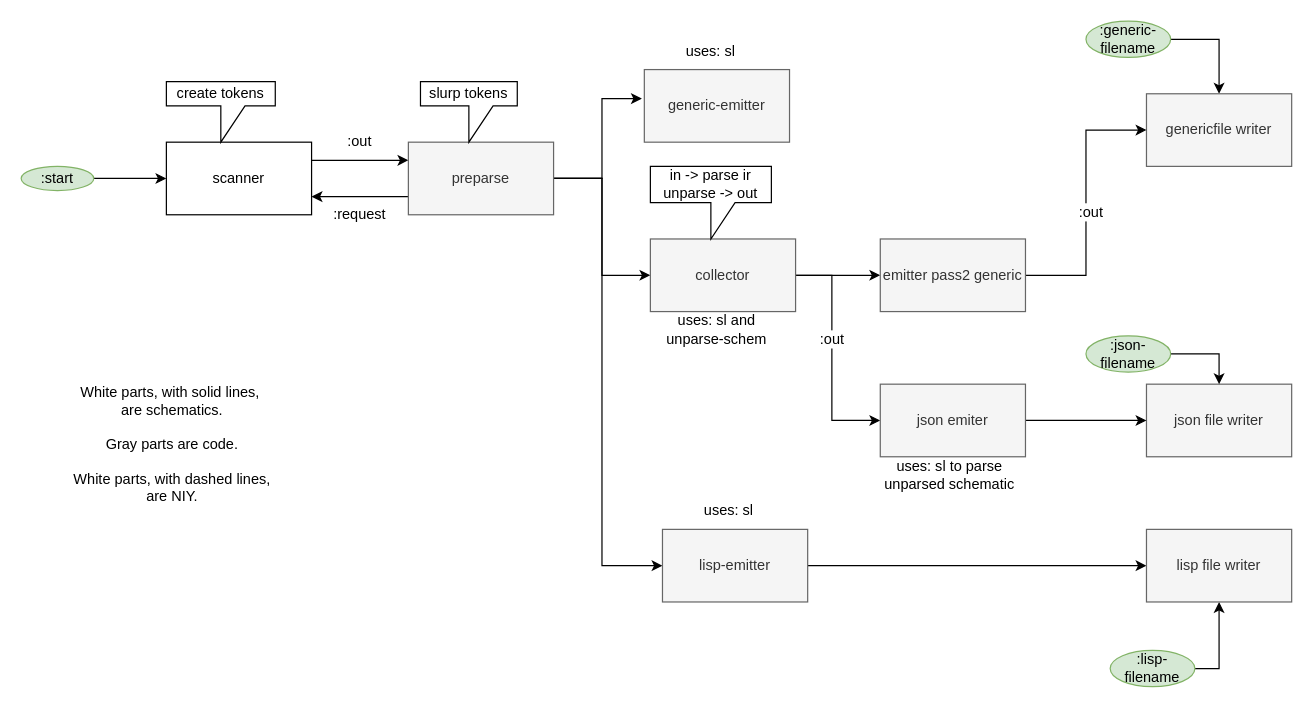
Earlier version of the draw.io diagram page "back end parser internals" (3 of 3) of svg/back-end/back-end.drawio (bmfbp/bmfbp). Source tidied: cells renumbered, new cells numbered last; positions are measured from the earlier drawing's top-left corner, leaving out a move shared by most shapes. Both pictures are drawn from the tidied source at 121%, with x=0, y=0 at pixel (21, 21).
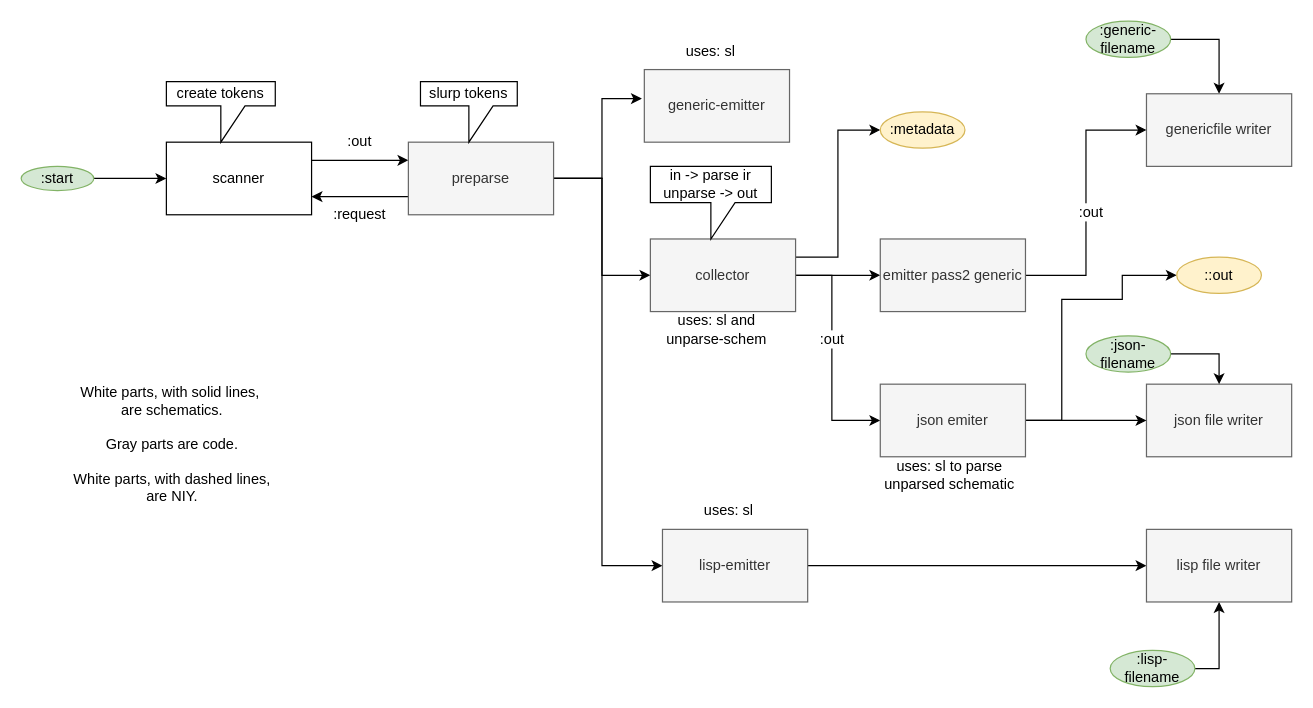
After the change.

Commit message:
revise back-end drawing to show metadata and json outputs

Unchanged cells that the change refers to:
```xml
<mxCell id="13" value="collector" style="rounded=0;whiteSpace=wrap;html=1;fillColor=#f5f5f5;strokeColor=#666666;fontColor=#333333;" parent="1" vertex="1">
  <mxGeometry x="520" y="180" width="120" height="60" as="geometry" />
</mxCell>
<mxCell id="32" value="json emiter" style="rounded=0;whiteSpace=wrap;html=1;fillColor=#f5f5f5;strokeColor=#666666;fontColor=#333333;" parent="1" vertex="1">
  <mxGeometry x="710" y="300" width="120" height="60" as="geometry" />
</mxCell>
```

What changed in the source:
```diff
@@
+    <mxCell id="42" style="edgeStyle=orthogonalEdgeStyle;rounded=0;jettySize=auto;html=1;exitX=1;exitY=0.25;exitDx=0;exitDy=0;entryX=0;entryY=0.5;entryDx=0;entryDy=0;" parent="1" edge="1" source="13" target="44">
+      <mxGeometry relative="1" as="geometry" />
+    </mxCell>
@@
+    <mxCell id="43" style="edgeStyle=orthogonalEdgeStyle;rounded=0;jettySize=auto;html=1;exitX=1;exitY=0.5;exitDx=0;exitDy=0;entryX=0;entryY=0.5;entryDx=0;entryDy=0;" parent="1" edge="1" source="32" target="45">
+      <mxGeometry relative="1" as="geometry">
+        <Array as="points">
+          <mxPoint x="860" y="330" />
+          <mxPoint x="860" y="230" />
+          <mxPoint x="910" y="230" />
+          <mxPoint x="910" y="210" />
+        </Array>
+      </mxGeometry>
+    </mxCell>
@@
+    <mxCell id="44" value=":metadata" style="ellipse;whiteSpace=wrap;html=1;fillColor=#fff2cc;strokeColor=#d6b656;" parent="1" vertex="1">
+      <mxGeometry x="710" y="75" width="70" height="30" as="geometry" />
+    </mxCell>
+    <mxCell id="45" value="::out" style="ellipse;whiteSpace=wrap;html=1;fillColor=#fff2cc;strokeColor=#d6b656;" parent="1" vertex="1">
+      <mxGeometry x="955" y="195" width="70" height="30" as="geometry" />
+    </mxCell>
```
